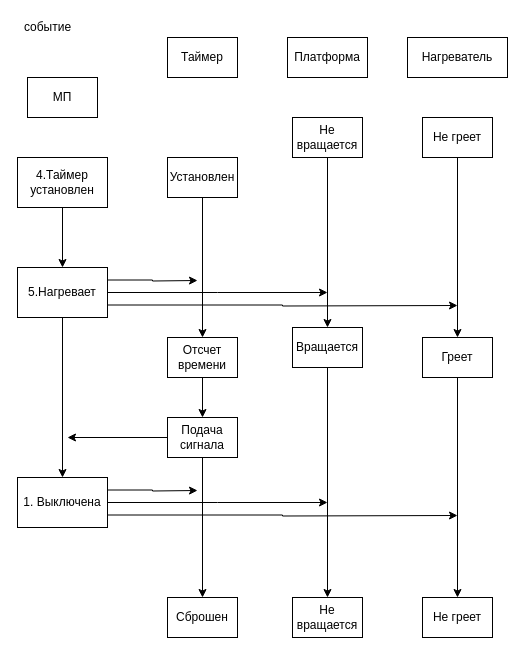
Earlier version of the draw.io diagram page "КУ" (5 of 6) of eduSem_4/objectOrientedProgramming/LR_5/AndreevAA_LR5_UML.drawio (AndreevAA/BMSTU). Source tidied: cells renumbered, new cells numbered last; positions are measured from the earlier drawing's top-left corner, leaving out a move shared by most shapes. Both pictures are drawn from the tidied source at 100%, with x=0, y=0 at pixel (17, 17).
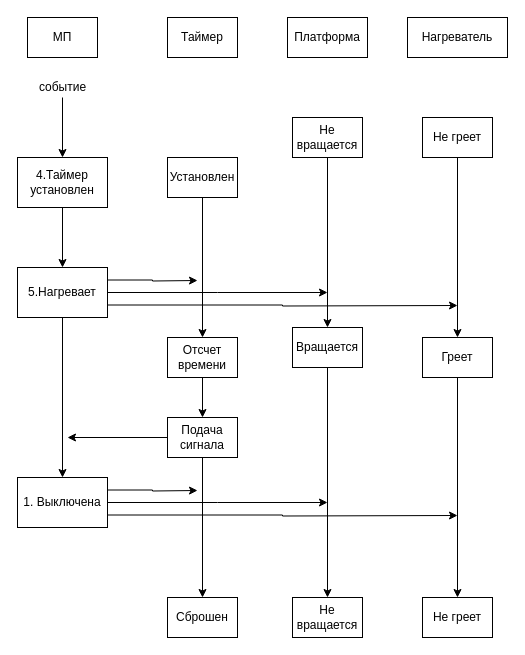
After the change.

The change refers to these unchanged cells:
```xml
<mxCell id="4" value="4.Таймер установлен" style="rounded=0;whiteSpace=wrap;html=1;" parent="1" vertex="1">
  <mxGeometry y="140" width="90" height="50" as="geometry" />
</mxCell>
```

Diff of the diagram source:
```diff
@@
     <mxCell id="2" value="МП" style="rounded=0;whiteSpace=wrap;html=1;" parent="1" vertex="1">
-      <mxGeometry x="10" y="60" width="70" height="40" as="geometry" />
+      <mxGeometry x="10" width="70" height="40" as="geometry" />
     </mxCell>
@@
     <mxCell id="5" value="Платформа" style="rounded=0;whiteSpace=wrap;html=1;" parent="1" vertex="1">
-      <mxGeometry x="270" y="20" width="80" height="40" as="geometry" />
+      <mxGeometry x="270" width="80" height="40" as="geometry" />
     </mxCell>
     <mxCell id="6" value="Нагреватель" style="rounded=0;whiteSpace=wrap;html=1;" parent="1" vertex="1">
-      <mxGeometry x="390" y="20" width="100" height="40" as="geometry" />
+      <mxGeometry x="390" width="100" height="40" as="geometry" />
     </mxCell>
@@
     <mxCell id="34" value="Таймер" style="rounded=0;whiteSpace=wrap;html=1;" parent="1" vertex="1">
-      <mxGeometry x="150" y="20" width="70" height="40" as="geometry" />
+      <mxGeometry x="150" width="70" height="40" as="geometry" />
     </mxCell>
+    <mxCell id="36" style="edgeStyle=orthogonalEdgeStyle;rounded=0;jettySize=auto;html=1;entryX=0.5;entryY=0;entryDx=0;entryDy=0;" parent="1" edge="1" source="35" target="4">
+      <mxGeometry relative="1" as="geometry" />
+    </mxCell>
     <mxCell id="35" value="событие" style="text;html=1;align=center;verticalAlign=middle;points=[];strokeColor=none;" parent="1" vertex="1">
-      <mxGeometry width="60" height="20" as="geometry" />
+      <mxGeometry x="15" y="60" width="60" height="20" as="geometry" />
     </mxCell>
```
